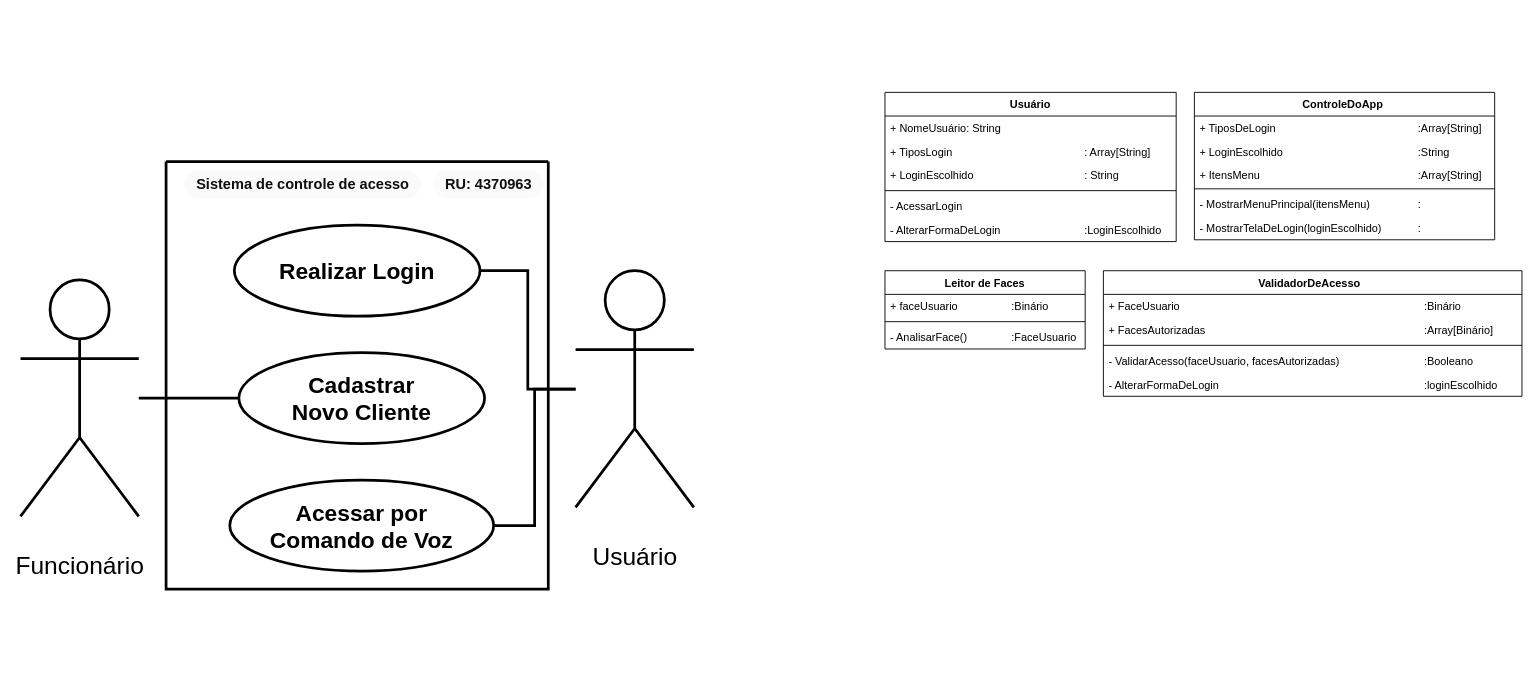
Before: page "Cópia do Página-5" (7 of 7) of FlightCompany Example.drawio in MaroTequi/FlightCompany, a draw.io diagram. Source tidied: cells renumbered, new cells numbered last; positions are measured from the earlier drawing's top-left corner, leaving out a move shared by most shapes. Both pictures are drawn from the tidied source at 91%, with x=0, y=0 at pixel (20, 92).
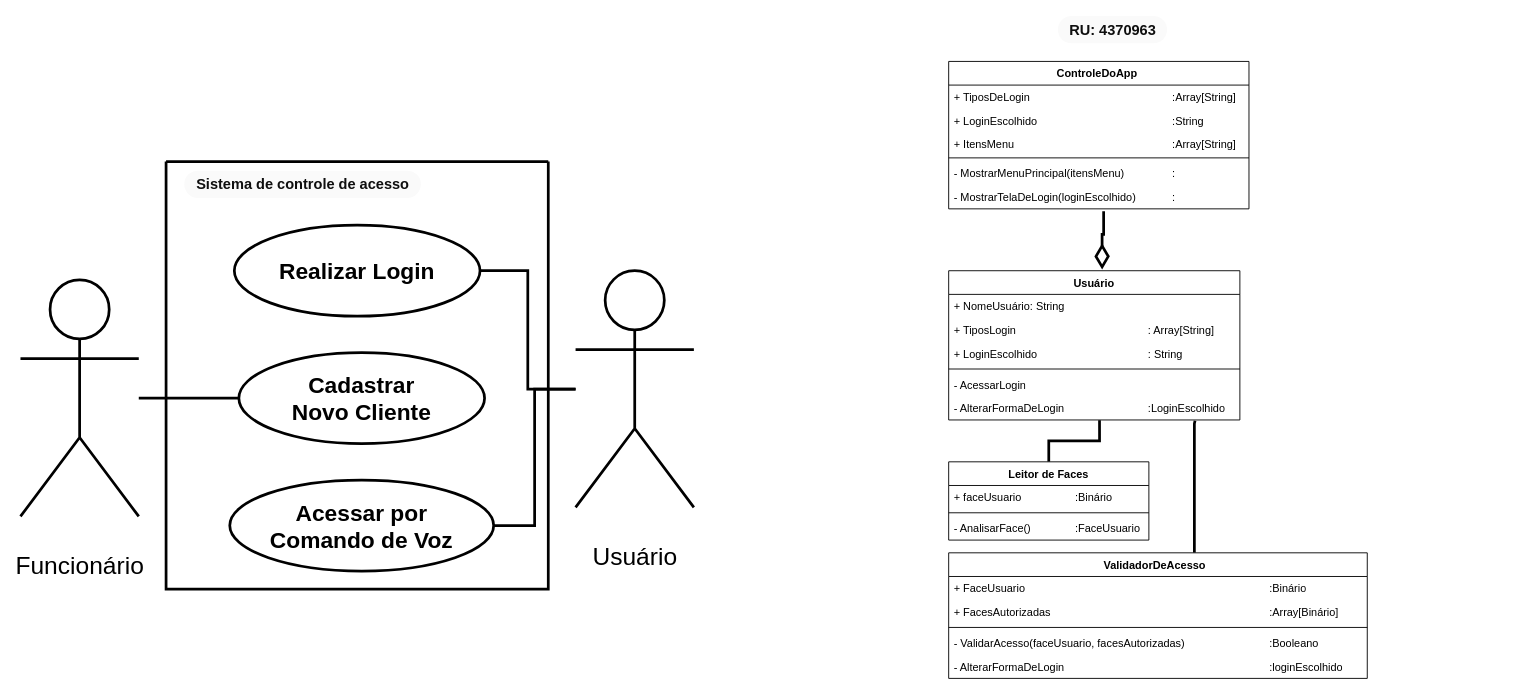
The same page after the edit.

Commit message:
Finishing System Analisys Dyagram

The change refers to these unchanged cells:
```xml
<mxCell id="19" value="- AlterarFormaDeLogin&amp;nbsp; &amp;nbsp; &lt;span style=&quot;white-space: pre;&quot;&gt;&#9;&lt;/span&gt;&lt;span style=&quot;white-space: pre;&quot;&gt;&#9;&lt;/span&gt;&lt;span style=&quot;white-space: pre;&quot;&gt;&#9;&lt;/span&gt;:LoginEscolhido" style="text;strokeColor=none;fillColor=none;align=left;verticalAlign=top;spacingLeft=4;spacingRight=4;overflow=hidden;points=[[0,0.5],[1,0.5]];portConstraint=eastwest;whiteSpace=wrap;html=1;" parent="13" vertex="1">
  <mxGeometry y="138" width="320" height="26" as="geometry" />
</mxCell>
<mxCell id="36" value="- MostrarTelaDeLogin(loginEscolhido)&lt;span style=&quot;white-space: pre;&quot;&gt;&#9;&lt;/span&gt;&lt;span style=&quot;white-space: pre;&quot;&gt;&#9;&lt;/span&gt;:" style="text;strokeColor=none;fillColor=none;align=left;verticalAlign=top;spacingLeft=4;spacingRight=4;overflow=hidden;points=[[0,0.5],[1,0.5]];portConstraint=eastwest;whiteSpace=wrap;html=1;" parent="30" vertex="1">
  <mxGeometry y="136" width="330" height="26" as="geometry" />
</mxCell>
```

What changed in the source:
```diff
@@
     <mxCell id="7" value="RU:&amp;nbsp;4370963" style="text;html=1;align=center;verticalAlign=middle;strokeColor=none;fillColor=#FAFAFA;fontSize=16;fontStyle=1;rounded=1;fontColor=#0F0F0F;arcSize=50;" parent="1" vertex="1">
-      <mxGeometry x="454" y="86" width="120" height="30" as="geometry" />
+      <mxGeometry x="1140" y="-84" width="120" height="30" as="geometry" />
     </mxCell>
@@
     <mxCell id="13" value="Usuário" style="swimlane;fontStyle=1;align=center;verticalAlign=top;horizontal=1;startSize=26;whiteSpace=wrap;html=1;" parent="1" vertex="1">
-      <mxGeometry x="950" width="320" height="164" as="geometry" />
+      <mxGeometry x="1020" y="196" width="320" height="164" as="geometry" />
     </mxCell>
@@
+    <mxCell id="37" style="edgeStyle=orthogonalEdgeStyle;rounded=0;jettySize=auto;html=1;entryX=0.518;entryY=1.014;entryDx=0;entryDy=0;entryPerimeter=0;strokeWidth=3;endArrow=none;endFill=0;" parent="1" edge="1" source="20" target="19">
+      <mxGeometry relative="1" as="geometry" />
+    </mxCell>
     <mxCell id="20" value="Leitor de Faces" style="swimlane;fontStyle=1;align=center;verticalAlign=top;horizontal=1;startSize=26;whiteSpace=wrap;html=1;" parent="1" vertex="1">
-      <mxGeometry x="950" y="196" width="220" height="86" as="geometry" />
+      <mxGeometry x="1020" y="406" width="220" height="86" as="geometry" />
     </mxCell>
@@
+    <mxCell id="38" style="edgeStyle=orthogonalEdgeStyle;rounded=0;jettySize=auto;html=1;entryX=0.846;entryY=1.035;entryDx=0;entryDy=0;entryPerimeter=0;strokeWidth=3;endArrow=none;endFill=0;" parent="1" edge="1" source="24" target="19">
+      <mxGeometry relative="1" as="geometry">
+        <Array as="points">
+          <mxPoint x="1290" y="525" />
+          <mxPoint x="1290" y="364" />
+          <mxPoint x="1291" y="364" />
+        </Array>
+      </mxGeometry>
+    </mxCell>
     <mxCell id="24" value="ValidadorDeAcesso&amp;nbsp;&amp;nbsp;" style="swimlane;fontStyle=1;align=center;verticalAlign=top;horizontal=1;startSize=26;whiteSpace=wrap;html=1;" parent="1" vertex="1">
-      <mxGeometry x="1190" y="196" width="460" height="138" as="geometry" />
+      <mxGeometry x="1020" y="506" width="460" height="138" as="geometry" />
     </mxCell>
@@
     <mxCell id="30" value="ControleDoApp&amp;nbsp;" style="swimlane;fontStyle=1;align=center;verticalAlign=top;horizontal=1;startSize=26;whiteSpace=wrap;html=1;" parent="1" vertex="1">
-      <mxGeometry x="1290" width="330" height="162" as="geometry" />
+      <mxGeometry x="1020" y="-34" width="330" height="162" as="geometry" />
     </mxCell>
@@
+    <mxCell id="39" style="edgeStyle=orthogonalEdgeStyle;rounded=0;jettySize=auto;html=1;endArrow=diamondThin;endFill=0;strokeWidth=3;endSize=20;exitX=0.516;exitY=1.098;exitDx=0;exitDy=0;exitPerimeter=0;entryX=0.527;entryY=-0.008;entryDx=0;entryDy=0;entryPerimeter=0;" parent="1" edge="1" source="36" target="13">
+      <mxGeometry relative="1" as="geometry">
+        <Array as="points">
+          <mxPoint x="1190" y="156" />
+          <mxPoint x="1189" y="156" />
+        </Array>
+      </mxGeometry>
+    </mxCell>
```
